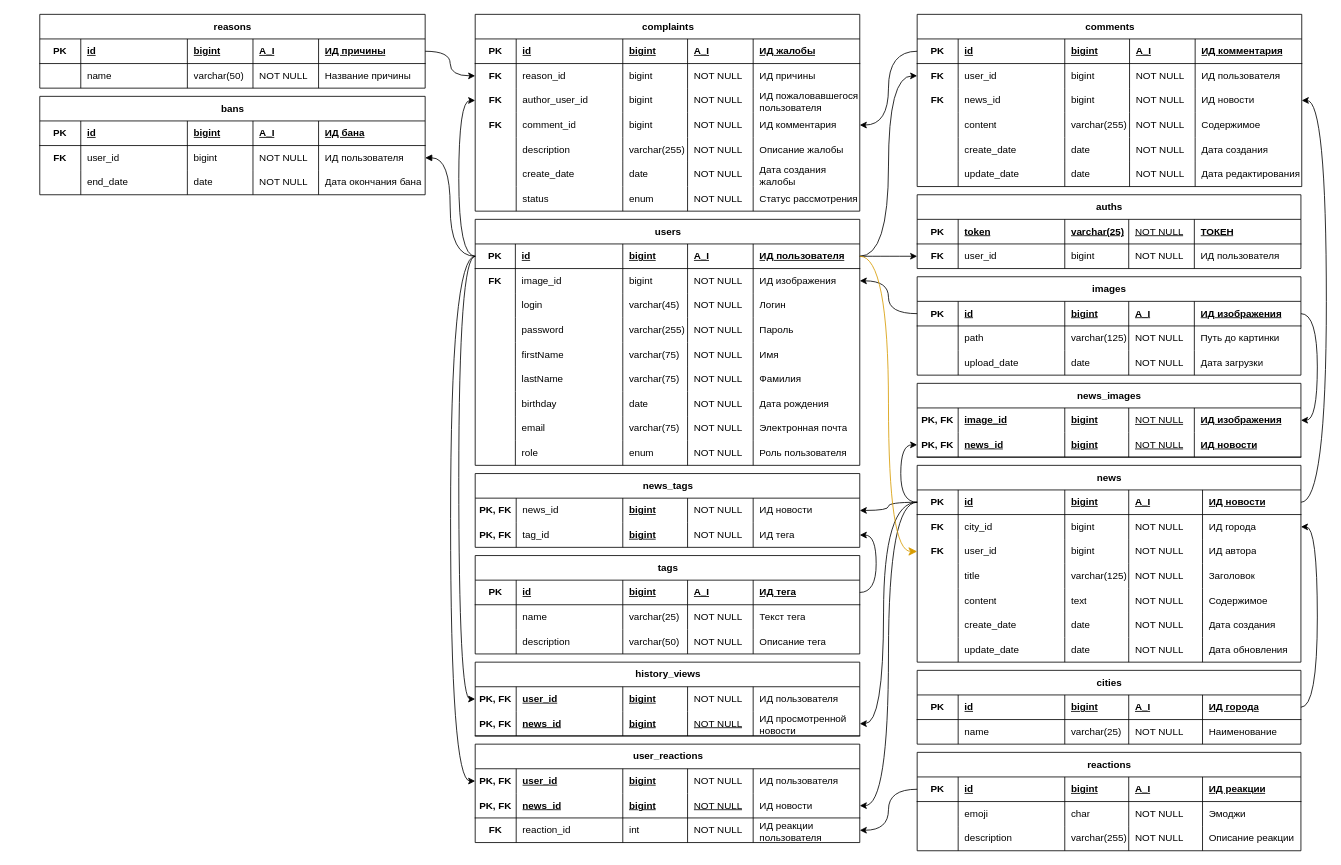
Above: page "Физическая" (3 of 4) of docs/report/res/модели базы данных/Копия Модели базы данных.drawio in Zamelane/course-project-4 (draw.io), before the change. Source tidied: cells renumbered, new cells numbered last; positions are measured from the earlier drawing's top-left corner, leaving out a move shared by most shapes. Both pictures are drawn from the tidied source at 82%, with x=0, y=0 at pixel (39, 14).
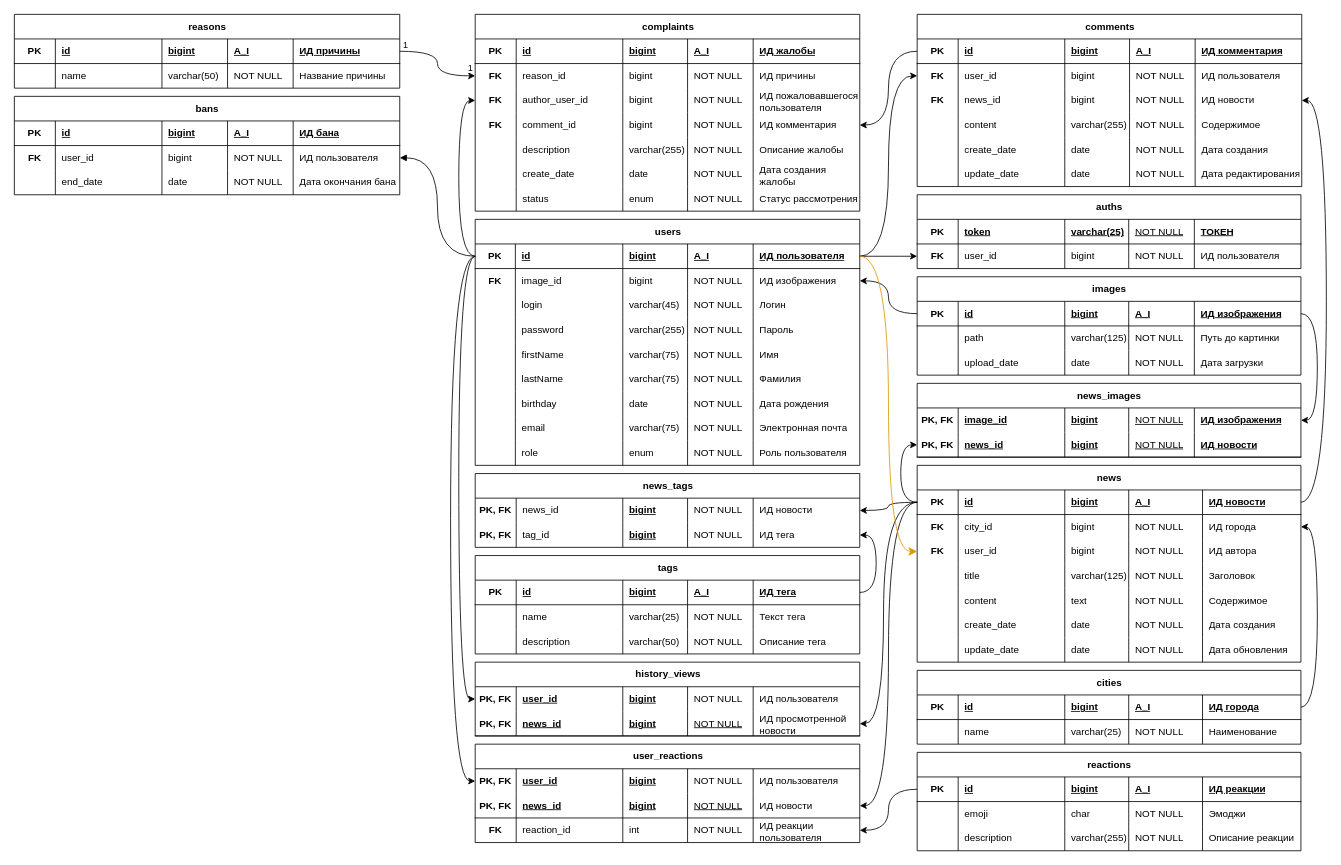
The same diagram, later.

The change refers to these unchanged cells:
```xml
<mxCell id="366" style="edgeStyle=orthogonalEdgeStyle;shape=connector;curved=1;rounded=0;jettySize=auto;html=1;exitX=1;exitY=0.5;exitDx=0;exitDy=0;entryX=0;entryY=0.5;entryDx=0;entryDy=0;strokeColor=default;align=center;verticalAlign=middle;fontFamily=Helvetica;fontSize=11;fontColor=default;labelBackgroundColor=default;endArrow=classic;" parent="1" edge="1" source="242" target="205">
  <mxGeometry relative="1" as="geometry" />
</mxCell>
```

Diff of the diagram source:
```diff
@@
     <mxCell id="241" value="reasons" style="shape=table;startSize=30;childLayout=tableLayout;rowLines=0;fontStyle=1;align=center;html=1;perimeterSpacing=0;strokeColor=default;" parent="1" vertex="1">
-      <mxGeometry width="470" height="90" as="geometry" />
+      <mxGeometry x="-31" width="470" height="90" as="geometry" />
     </mxCell>
@@
     <mxCell id="346" value="bans" style="shape=table;startSize=30;childLayout=tableLayout;rowLines=0;fontStyle=1;align=center;html=1;perimeterSpacing=0;strokeColor=default;" parent="1" vertex="1">
-      <mxGeometry y="100" width="470" height="120" as="geometry" />
+      <mxGeometry x="-31" y="100" width="470" height="120" as="geometry" />
     </mxCell>
@@
+    <mxCell id="372" value="1" style="edgeLabel;html=1;align=center;verticalAlign=middle;" parent="366" vertex="1">
+      <mxGeometry x="-0.8" relative="1" as="geometry">
+        <mxPoint x="-6" y="-9" as="offset" />
+      </mxGeometry>
+    </mxCell>
+    <mxCell id="373" value="1" style="edgeLabel;html=1;align=center;verticalAlign=middle;" parent="366" vertex="1">
+      <mxGeometry x="0.64" y="1" relative="1" as="geometry">
+        <mxPoint x="15" y="-10" as="offset" />
+      </mxGeometry>
+    </mxCell>
```
